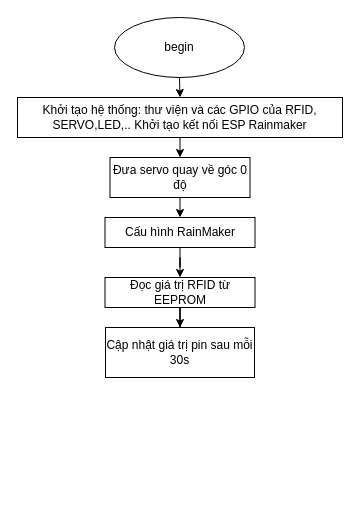
This is page "Khóa cửa thông minh" (2 of 3) of home.drawio from 106210049/Smart-home, a draw.io file, before an edit. Source tidied: cells renumbered, new cells numbered last; positions are measured from the earlier drawing's top-left corner, leaving out a move shared by most shapes. Both pictures are drawn from the tidied source at 100%, with x=0, y=0 at pixel (17, 17).
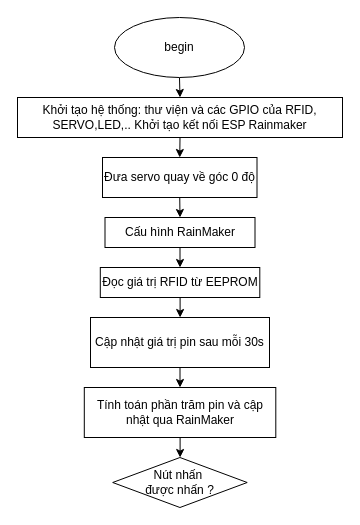
The same page after the edit.

The edit, as a diff of the source:
```diff
@@
 <mxGraphModel>
   <root>
     <mxCell id="0" />
     <mxCell id="1" parent="0" />
     <mxCell id="2" style="edgeStyle=orthogonalEdgeStyle;rounded=0;jettySize=auto;html=1;exitX=0.5;exitY=1;exitDx=0;exitDy=0;entryX=0.5;entryY=0;entryDx=0;entryDy=0;" parent="1" edge="1" source="3" target="5">
       <mxGeometry relative="1" as="geometry" />
     </mxCell>
     <mxCell id="3" value="begin" style="ellipse;whiteSpace=wrap;html=1;" parent="1" vertex="1">
       <mxGeometry x="97" width="130" height="60" as="geometry" />
     </mxCell>
     <mxCell id="4" style="edgeStyle=orthogonalEdgeStyle;rounded=0;jettySize=auto;html=1;exitX=0.5;exitY=1;exitDx=0;exitDy=0;entryX=0.5;entryY=0;entryDx=0;entryDy=0;" parent="1" edge="1" source="5" target="9">
       <mxGeometry relative="1" as="geometry" />
     </mxCell>
     <mxCell id="5" value="Khởi tạo hệ thống: thư viện và các GPIO của RFID, SERVO,LED,.. Khởi tạo kết nối ESP Rainmaker" style="rounded=0;whiteSpace=wrap;html=1;" parent="1" vertex="1">
       <mxGeometry y="80" width="325" height="40" as="geometry" />
     </mxCell>
     <mxCell id="6" style="edgeStyle=orthogonalEdgeStyle;rounded=0;jettySize=auto;html=1;" parent="1" edge="1" source="7" target="11">
       <mxGeometry relative="1" as="geometry" />
     </mxCell>
     <mxCell id="7" value="Cấu hình RainMaker" style="rounded=0;whiteSpace=wrap;html=1;" parent="1" vertex="1">
       <mxGeometry x="87.5" y="200" width="150" height="30" as="geometry" />
     </mxCell>
     <mxCell id="8" style="edgeStyle=orthogonalEdgeStyle;rounded=0;jettySize=auto;html=1;exitX=0.5;exitY=1;exitDx=0;exitDy=0;entryX=0.5;entryY=0;entryDx=0;entryDy=0;" parent="1" edge="1" source="9" target="7">
       <mxGeometry relative="1" as="geometry" />
     </mxCell>
     <mxCell id="9" value="Đưa servo quay về góc 0 độ" style="rounded=0;whiteSpace=wrap;html=1;" parent="1" vertex="1">
-      <mxGeometry x="92.5" y="140" width="140" height="40" as="geometry" />
+      <mxGeometry x="85" y="140" width="154.5" height="40" as="geometry" />
     </mxCell>
     <mxCell id="10" style="edgeStyle=orthogonalEdgeStyle;rounded=0;jettySize=auto;html=1;" parent="1" edge="1" source="11" target="12">
       <mxGeometry relative="1" as="geometry" />
     </mxCell>
     <mxCell id="11" value="Đọc giá trị RFID từ EEPROM" style="rounded=0;whiteSpace=wrap;html=1;" parent="1" vertex="1">
-      <mxGeometry x="87.5" y="260" width="150" height="30" as="geometry" />
+      <mxGeometry x="82.8" y="250" width="159.5" height="30" as="geometry" />
     </mxCell>
+    <mxCell id="13" style="edgeStyle=orthogonalEdgeStyle;rounded=0;jettySize=auto;html=1;" parent="1" edge="1" source="12" target="15">
+      <mxGeometry relative="1" as="geometry" />
+    </mxCell>
     <mxCell id="12" value="Cập nhật giá trị pin sau mỗi 30s" style="rounded=0;whiteSpace=wrap;html=1;" parent="1" vertex="1">
-      <mxGeometry x="88" y="310" width="149" height="50" as="geometry" />
+      <mxGeometry x="73" y="300" width="179" height="50" as="geometry" />
     </mxCell>
+    <mxCell id="14" style="edgeStyle=orthogonalEdgeStyle;rounded=0;jettySize=auto;html=1;" parent="1" edge="1" source="15" target="16">
+      <mxGeometry relative="1" as="geometry" />
+    </mxCell>
+    <mxCell id="15" value="Tính toán phần trăm pin và cập nhật qua RainMaker" style="rounded=0;whiteSpace=wrap;html=1;" parent="1" vertex="1">
+      <mxGeometry x="66.8" y="370" width="191.5" height="50" as="geometry" />
+    </mxCell>
+    <mxCell id="16" value="Nút nhấn&amp;nbsp;&lt;div&gt;được nhấn ?&lt;/div&gt;" style="rhombus;whiteSpace=wrap;html=1;" parent="1" vertex="1">
+      <mxGeometry x="95.2" y="440" width="134.5" height="50" as="geometry" />
+    </mxCell>
   </root>
 </mxGraphModel>
```
